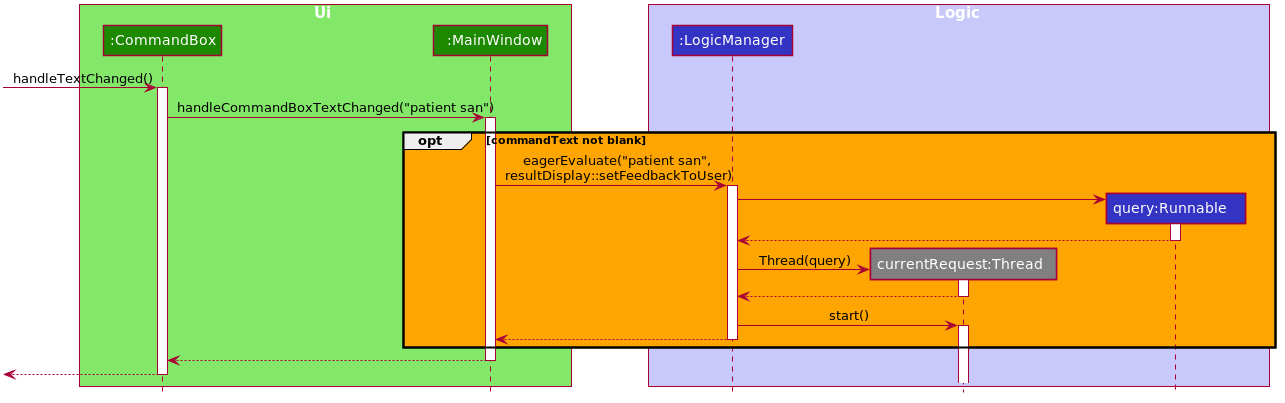
This is docs/images/ReactiveSearchSequenceDiagram.png from nus-cs2103-AY1920S1/addressbook-level3, a PlantUML export, as it was before one commit.
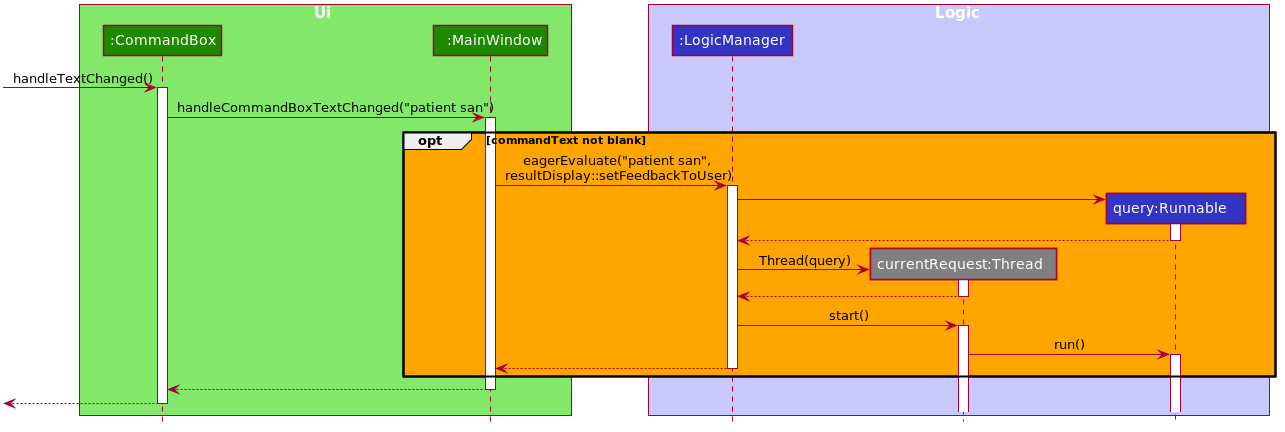
Above is the later version.

Commit message:
Update reactive search seq diagrams

The edit, as a diff of the source:
```diff
@@ -86,9 +86,12 @@
 
 LogicManager -> Thread : start()
 activate Thread
+Thread -> Runnable : run()
+activate Runnable
 
 MainWindow <-- LogicManager
 deactivate LogicManager
+
 
 end
 
```
